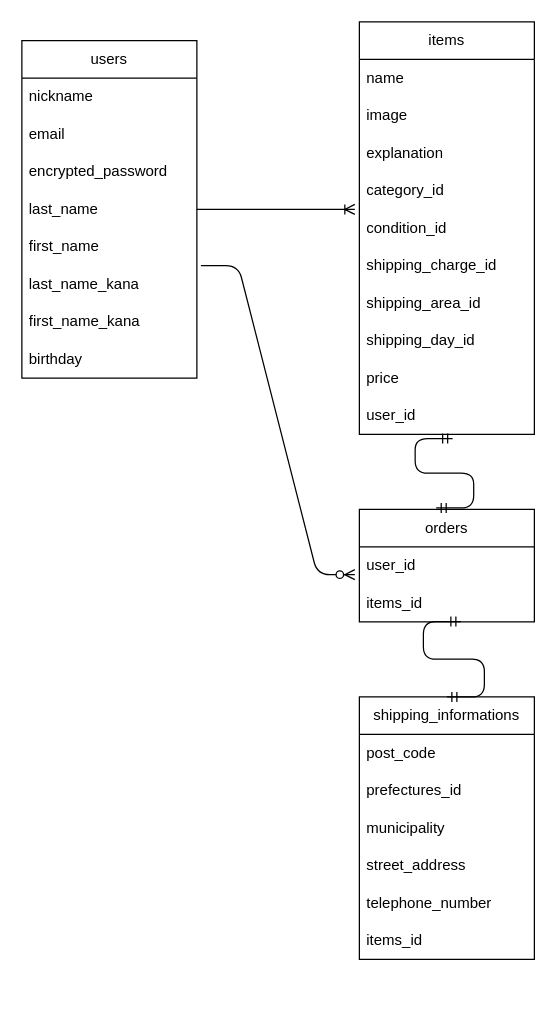
sken100627/furima-39775 keeps this draw.io diagram as furima.dio. Above is the earlier version. Source tidied: cells renumbered, new cells numbered last; positions are measured from the earlier drawing's top-left corner, leaving out a move shared by most shapes. Both pictures are drawn from the tidied source at 125%, with x=0, y=0 at pixel (21, 21).
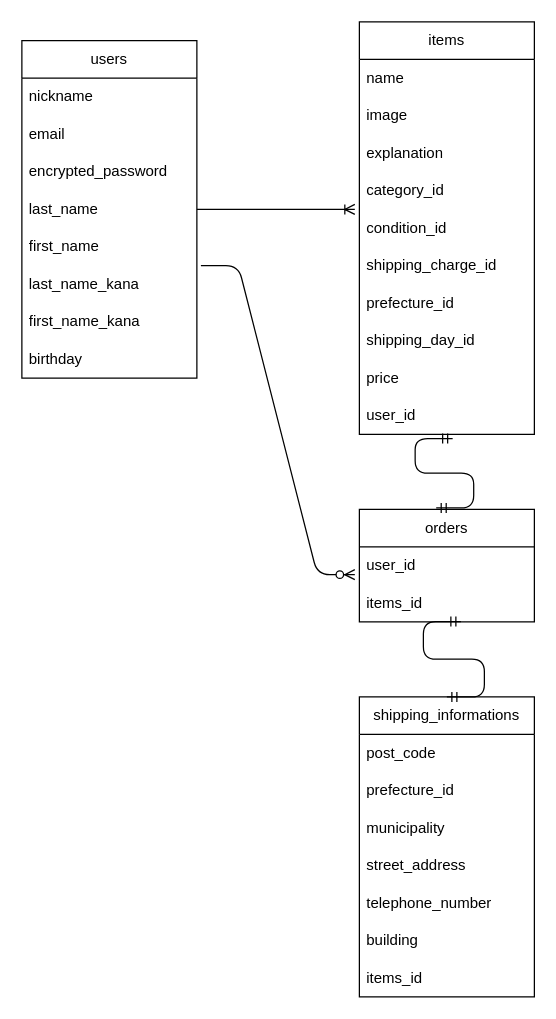
The same page after the edit.

Commit message (it also covers changes not shown here):
ER図、README修正2

Unchanged cells that the change refers to:
```xml
<mxCell id="11" value="items" style="swimlane;fontStyle=0;horizontal=1;startSize=30;whiteSpace=wrap;html=1;" parent="1" vertex="1">
  <mxGeometry x="270" width="140" height="330" as="geometry" />
</mxCell>
```

Diff of the diagram source:
```diff
@@
-    <mxCell id="18" value="shipping_area_id" style="text;strokeColor=none;fillColor=none;align=left;verticalAlign=middle;spacingLeft=4;spacingRight=4;overflow=hidden;whiteSpace=wrap;html=1;" parent="11" vertex="1">
+    <mxCell id="18" value="prefecture_id" style="text;strokeColor=none;fillColor=none;align=left;verticalAlign=middle;spacingLeft=4;spacingRight=4;overflow=hidden;whiteSpace=wrap;html=1;" parent="11" vertex="1">
       <mxGeometry y="210" width="140" height="30" as="geometry" />
     </mxCell>
@@
     <mxCell id="22" value="shipping_informations" style="swimlane;fontStyle=0;horizontal=1;startSize=30;whiteSpace=wrap;html=1;" parent="1" vertex="1">
-      <mxGeometry x="270" y="540" width="140" height="210" as="geometry" />
+      <mxGeometry x="270" y="540" width="140" height="240" as="geometry" />
     </mxCell>
@@
-    <mxCell id="24" value="prefectures_id" style="text;strokeColor=none;fillColor=none;align=left;verticalAlign=middle;spacingLeft=4;spacingRight=4;overflow=hidden;whiteSpace=wrap;html=1;" parent="22" vertex="1">
+    <mxCell id="24" value="prefecture_id" style="text;strokeColor=none;fillColor=none;align=left;verticalAlign=middle;spacingLeft=4;spacingRight=4;overflow=hidden;whiteSpace=wrap;html=1;" parent="22" vertex="1">
       <mxGeometry y="60" width="140" height="30" as="geometry" />
     </mxCell>
@@
+    <mxCell id="36" value="building" style="text;strokeColor=none;fillColor=none;align=left;verticalAlign=middle;spacingLeft=4;spacingRight=4;overflow=hidden;whiteSpace=wrap;html=1;" parent="22" vertex="1">
+      <mxGeometry y="180" width="140" height="30" as="geometry" />
+    </mxCell>
     <mxCell id="28" value="items_id" style="text;strokeColor=none;fillColor=none;align=left;verticalAlign=middle;spacingLeft=4;spacingRight=4;overflow=hidden;whiteSpace=wrap;html=1;" parent="22" vertex="1">
-      <mxGeometry y="180" width="140" height="30" as="geometry" />
+      <mxGeometry y="210" width="140" height="30" as="geometry" />
     </mxCell>
```
